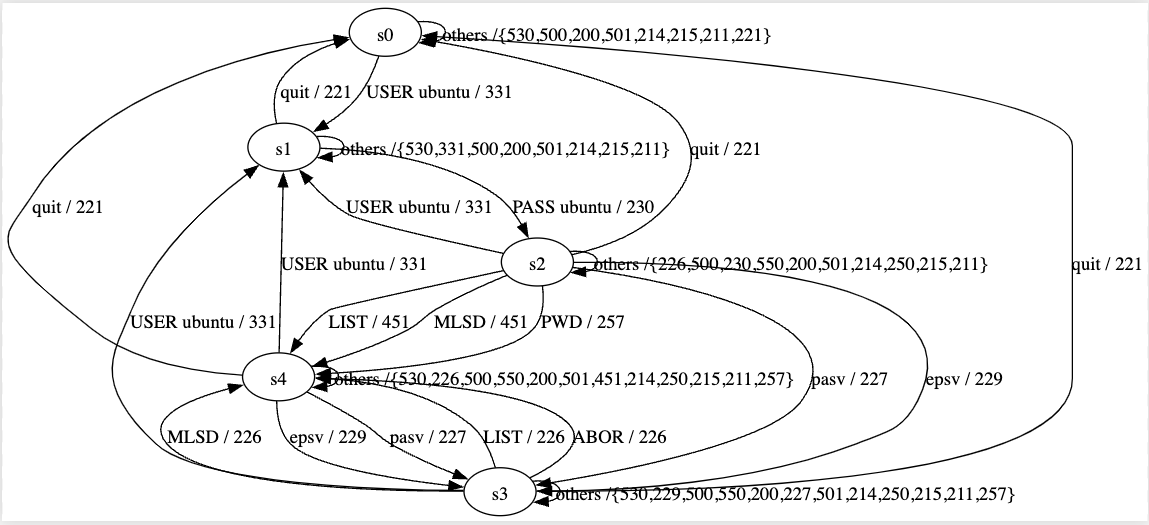
Earlier version of the Graphviz export State models/Light FTP.png (cristiandaniele/ftp-statemodel-learner). Its source is kept beside it as State models/Light FTP.dot.
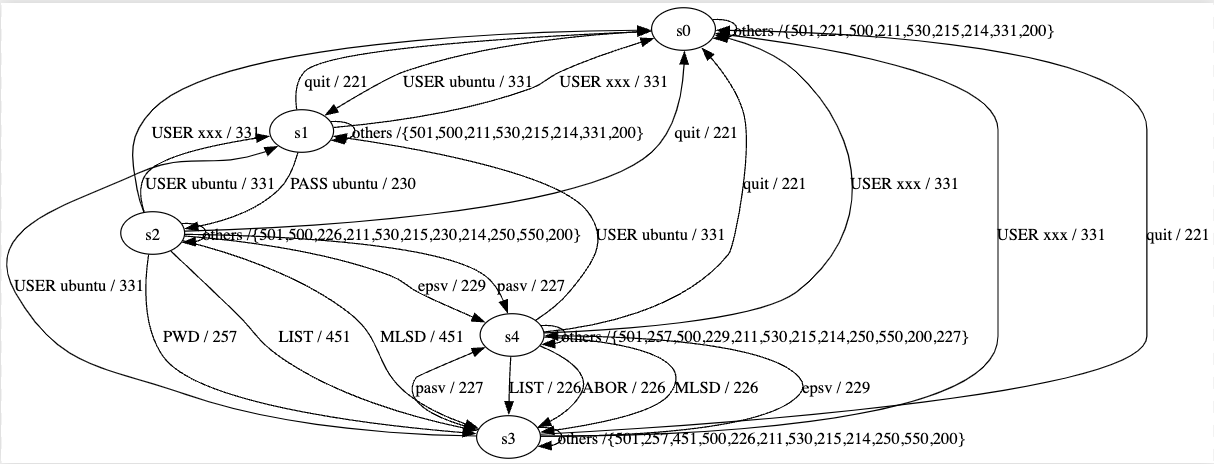
Above is the later version.

Diff of the diagram source:
```diff
@@ -7,14 +7,14 @@
 	s4 [shape="circle" label="4"];
 	s0 -> s1 [label="USER ubuntu / 331"];
 	s0 -> s0 [label="PASS ubuntu / 530"];
-	s0 -> s0 [label="epsv / 530"];
-	s0 -> s0 [label="pasv / 530"];
-	s0 -> s0 [label="CDUP / 530"];
+	s0 -> s0 [label="USER xxx / 331"];
+	s0 -> s0 [label="PASS xxx / 530"];
 	s0 -> s0 [label="NOOP / 200"];
 	s0 -> s0 [label="PWD / 530"];
 	s0 -> s0 [label="TYPE / 530"];
 	s0 -> s0 [label="PORT / 530"];
 	s0 -> s0 [label="LIST / 530"];
+	s0 -> s0 [label="CDUP / 530"];
 	s0 -> s0 [label="CWD / 530"];
 	s0 -> s0 [label="RETR / 530"];
 	s0 -> s0 [label="ABOR / 530"];
@@ -36,17 +36,19 @@
 	s0 -> s0 [label="SITE / 500"];
 	s0 -> s0 [label="feat / 211"];
 	s0 -> s0 [label="help / 214"];
+	s0 -> s0 [label="epsv / 530"];
+	s0 -> s0 [label="pasv / 530"];
 	s0 -> s0 [label="quit / 221"];
 	s1 -> s1 [label="USER ubuntu / 331"];
 	s1 -> s2 [label="PASS ubuntu / 230"];
-	s1 -> s1 [label="epsv / 530"];
-	s1 -> s1 [label="pasv / 530"];
-	s1 -> s1 [label="CDUP / 530"];
+	s1 -> s0 [label="USER xxx / 331"];
+	s1 -> s1 [label="PASS xxx / 530"];
 	s1 -> s1 [label="NOOP / 200"];
 	s1 -> s1 [label="PWD / 530"];
 	s1 -> s1 [label="TYPE / 530"];
 	s1 -> s1 [label="PORT / 530"];
 	s1 -> s1 [label="LIST / 530"];
+	s1 -> s1 [label="CDUP / 530"];
 	s1 -> s1 [label="CWD / 530"];
 	s1 -> s1 [label="RETR / 530"];
 	s1 -> s1 [label="ABOR / 530"];
@@ -68,17 +70,19 @@
 	s1 -> s1 [label="SITE / 500"];
 	s1 -> s1 [label="feat / 211"];
 	s1 -> s1 [label="help / 214"];
+	s1 -> s1 [label="epsv / 530"];
+	s1 -> s1 [label="pasv / 530"];
 	s1 -> s0 [label="quit / 221"];
 	s2 -> s1 [label="USER ubuntu / 331"];
 	s2 -> s2 [label="PASS ubuntu / 230"];
-	s2 -> s3 [label="epsv / 229"];
-	s2 -> s3 [label="pasv / 227"];
-	s2 -> s2 [label="CDUP / 250"];
+	s2 -> s0 [label="USER xxx / 331"];
+	s2 -> s2 [label="PASS xxx / 530"];
 	s2 -> s2 [label="NOOP / 200"];
-	s2 -> s4 [label="PWD / 257"];
+	s2 -> s3 [label="PWD / 257"];
 	s2 -> s2 [label="TYPE / 501"];
 	s2 -> s2 [label="PORT / 501"];
-	s2 -> s4 [label="LIST / 451"];
+	s2 -> s3 [label="LIST / 451"];
+	s2 -> s2 [label="CDUP / 250"];
 	s2 -> s2 [label="CWD / 501"];
 	s2 -> s2 [label="RETR / 501"];
 	s2 -> s2 [label="ABOR / 226"];
@@ -93,27 +97,29 @@
 	s2 -> s2 [label="RNFR / 550"];
 	s2 -> s2 [label="RNTO / 550"];
 	s2 -> s2 [label="OPTS / 500"];
-	s2 -> s4 [label="MLSD / 451"];
+	s2 -> s3 [label="MLSD / 451"];
 	s2 -> s2 [label="AUTH / 501"];
 	s2 -> s2 [label="PBSZ / 501"];
 	s2 -> s2 [label="PROT / 501"];
 	s2 -> s2 [label="SITE / 500"];
 	s2 -> s2 [label="feat / 211"];
 	s2 -> s2 [label="help / 214"];
+	s2 -> s4 [label="epsv / 229"];
+	s2 -> s4 [label="pasv / 227"];
 	s2 -> s0 [label="quit / 221"];
 	s3 -> s1 [label="USER ubuntu / 331"];
 	s3 -> s3 [label="PASS ubuntu / 530"];
-	s3 -> s3 [label="epsv / 229"];
-	s3 -> s3 [label="pasv / 227"];
-	s3 -> s3 [label="CDUP / 250"];
+	s3 -> s0 [label="USER xxx / 331"];
+	s3 -> s3 [label="PASS xxx / 530"];
 	s3 -> s3 [label="NOOP / 200"];
 	s3 -> s3 [label="PWD / 257"];
 	s3 -> s3 [label="TYPE / 501"];
 	s3 -> s3 [label="PORT / 501"];
-	s3 -> s4 [label="LIST / 226"];
+	s3 -> s3 [label="LIST / 451"];
+	s3 -> s3 [label="CDUP / 250"];
 	s3 -> s3 [label="CWD / 501"];
 	s3 -> s3 [label="RETR / 501"];
-	s3 -> s4 [label="ABOR / 226"];
+	s3 -> s3 [label="ABOR / 226"];
 	s3 -> s3 [label="DELE / 550"];
 	s3 -> s3 [label="REST / 501"];
 	s3 -> s3 [label="SIZE / 501"];
@@ -125,27 +131,29 @@
 	s3 -> s3 [label="RNFR / 550"];
 	s3 -> s3 [label="RNTO / 550"];
 	s3 -> s3 [label="OPTS / 500"];
-	s3 -> s4 [label="MLSD / 226"];
+	s3 -> s3 [label="MLSD / 451"];
 	s3 -> s3 [label="AUTH / 501"];
 	s3 -> s3 [label="PBSZ / 501"];
 	s3 -> s3 [label="PROT / 501"];
 	s3 -> s3 [label="SITE / 500"];
 	s3 -> s3 [label="feat / 211"];
 	s3 -> s3 [label="help / 214"];
+	s3 -> s4 [label="epsv / 229"];
+	s3 -> s4 [label="pasv / 227"];
 	s3 -> s0 [label="quit / 221"];
 	s4 -> s1 [label="USER ubuntu / 331"];
 	s4 -> s4 [label="PASS ubuntu / 530"];
-	s4 -> s3 [label="epsv / 229"];
-	s4 -> s3 [label="pasv / 227"];
-	s4 -> s4 [label="CDUP / 250"];
+	s4 -> s0 [label="USER xxx / 331"];
+	s4 -> s4 [label="PASS xxx / 530"];
 	s4 -> s4 [label="NOOP / 200"];
 	s4 -> s4 [label="PWD / 257"];
 	s4 -> s4 [label="TYPE / 501"];
 	s4 -> s4 [label="PORT / 501"];
-	s4 -> s4 [label="LIST / 451"];
+	s4 -> s3 [label="LIST / 226"];
+	s4 -> s4 [label="CDUP / 250"];
 	s4 -> s4 [label="CWD / 501"];
 	s4 -> s4 [label="RETR / 501"];
-	s4 -> s4 [label="ABOR / 226"];
+	s4 -> s3 [label="ABOR / 226"];
 	s4 -> s4 [label="DELE / 550"];
 	s4 -> s4 [label="REST / 501"];
 	s4 -> s4 [label="SIZE / 501"];
@@ -157,13 +165,15 @@
 	s4 -> s4 [label="RNFR / 550"];
 	s4 -> s4 [label="RNTO / 550"];
 	s4 -> s4 [label="OPTS / 500"];
-	s4 -> s4 [label="MLSD / 451"];
+	s4 -> s3 [label="MLSD / 226"];
 	s4 -> s4 [label="AUTH / 501"];
 	s4 -> s4 [label="PBSZ / 501"];
 	s4 -> s4 [label="PROT / 501"];
 	s4 -> s4 [label="SITE / 500"];
 	s4 -> s4 [label="feat / 211"];
 	s4 -> s4 [label="help / 214"];
+	s4 -> s4 [label="epsv / 229"];
+	s4 -> s4 [label="pasv / 227"];
 	s4 -> s0 [label="quit / 221"];
 
 __start0 [label="" shape="none" width="0" height="0"];
```
